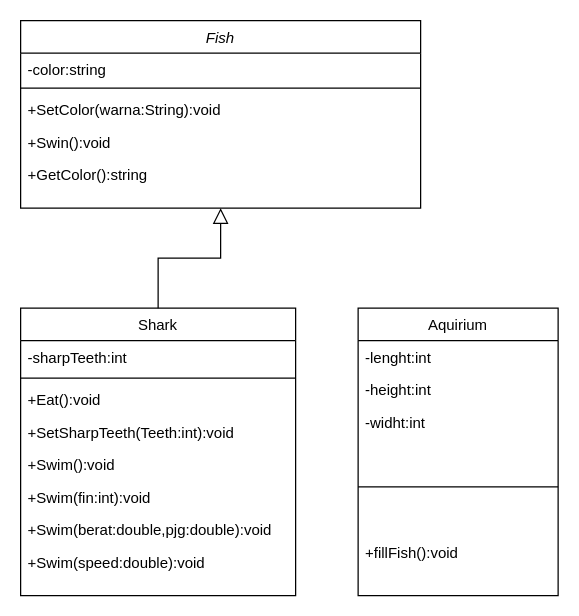
MuhdIrfanNoor/week2class-diagram keeps this draw.io diagram as Exercise1 classDiagram.drawio. Above is the earlier version. Source tidied: cells renumbered, new cells numbered last; positions are measured from the earlier drawing's top-left corner, leaving out a move shared by most shapes. Both pictures are drawn from the tidied source at 125%, with x=0, y=0 at pixel (20, 20).
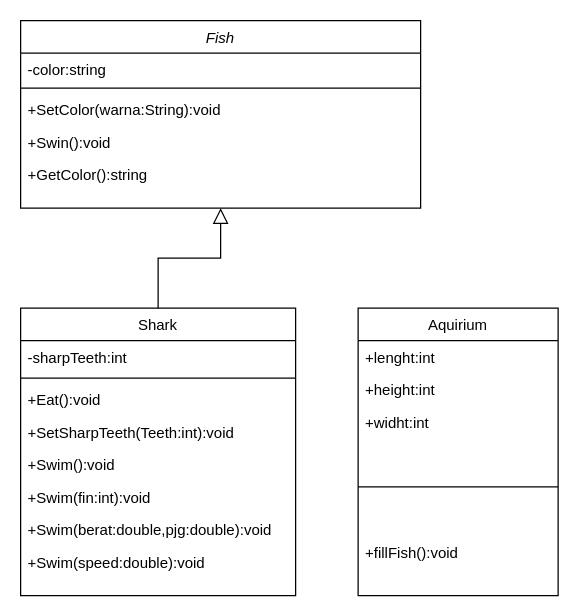
After the change.

The change refers to these unchanged cells:
```xml
<mxCell id="18" value="Aquirium" style="swimlane;fontStyle=0;align=center;verticalAlign=top;horizontal=1;startSize=26;rounded=0;shadow=0;strokeWidth=1;" parent="1" vertex="1">
  <mxGeometry x="270" y="230" width="160" height="230" as="geometry" />
</mxCell>
```

What changed in the source:
```diff
@@
-    <mxCell id="19" value="-lenght:int" style="text;align=left;verticalAlign=top;spacingLeft=4;spacingRight=4;overflow=hidden;" parent="18" vertex="1">
+    <mxCell id="19" value="+lenght:int" style="text;align=left;verticalAlign=top;spacingLeft=4;spacingRight=4;overflow=hidden;" parent="18" vertex="1">
       <mxGeometry y="26" width="160" height="26" as="geometry" />
     </mxCell>
-    <mxCell id="20" value="-height:int" style="text;align=left;verticalAlign=top;spacingLeft=4;spacingRight=4;overflow=hidden;" parent="18" vertex="1">
+    <mxCell id="20" value="+height:int" style="text;align=left;verticalAlign=top;spacingLeft=4;spacingRight=4;overflow=hidden;" parent="18" vertex="1">
       <mxGeometry y="52" width="160" height="26" as="geometry" />
     </mxCell>
-    <mxCell id="21" value="-widht:int" style="text;align=left;verticalAlign=top;spacingLeft=4;spacingRight=4;overflow=hidden;" parent="18" vertex="1">
+    <mxCell id="21" value="+widht:int" style="text;align=left;verticalAlign=top;spacingLeft=4;spacingRight=4;overflow=hidden;" parent="18" vertex="1">
       <mxGeometry y="78" width="160" height="26" as="geometry" />
     </mxCell>
```
